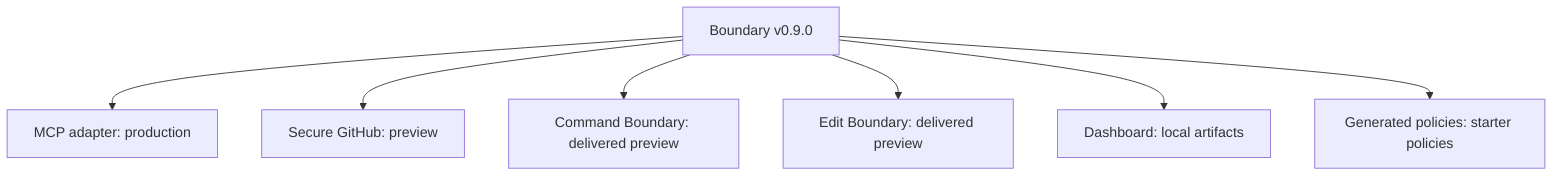
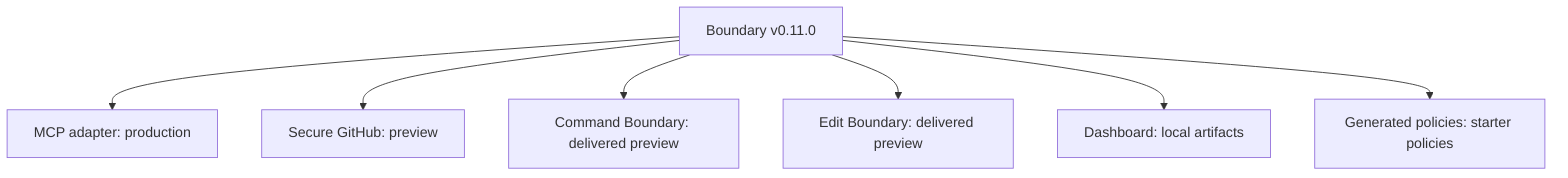
flowchart TB
-   B[Boundary v0.9.0] --> M[MCP adapter: production]
+   B[Boundary v0.11.0] --> M[MCP adapter: production]
  B --> G[Secure GitHub: preview]
  B --> C[Command Boundary: delivered preview]
  B --> E[Edit Boundary: delivered preview]
  B --> D[Dashboard: local artifacts]
  B --> P[Generated policies: starter policies]
